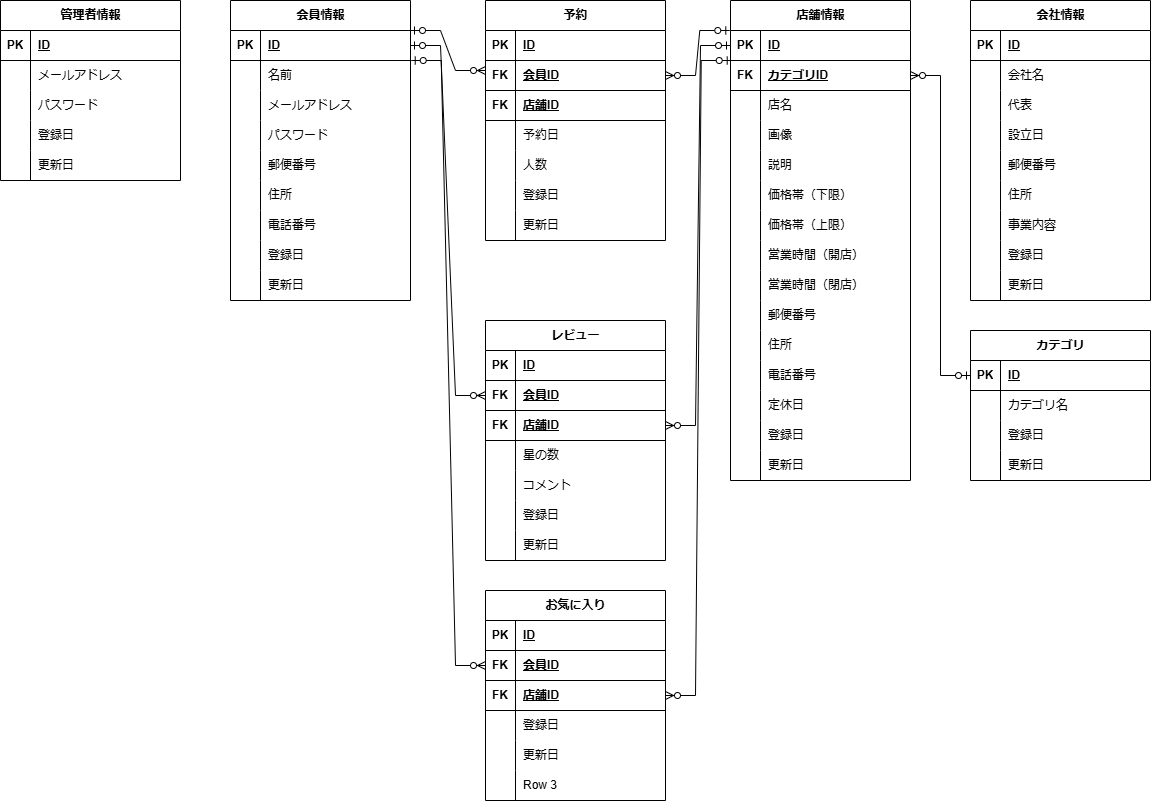
Before: NAGOYAMESHI ER図.drawio.png, a diagram exported from draw.io (ISSEI-dot/NAGOYAMESHI). Source tidied: cells renumbered, new cells last; positions are measured from the earlier drawing's top-left corner, leaving out a move shared by most shapes.
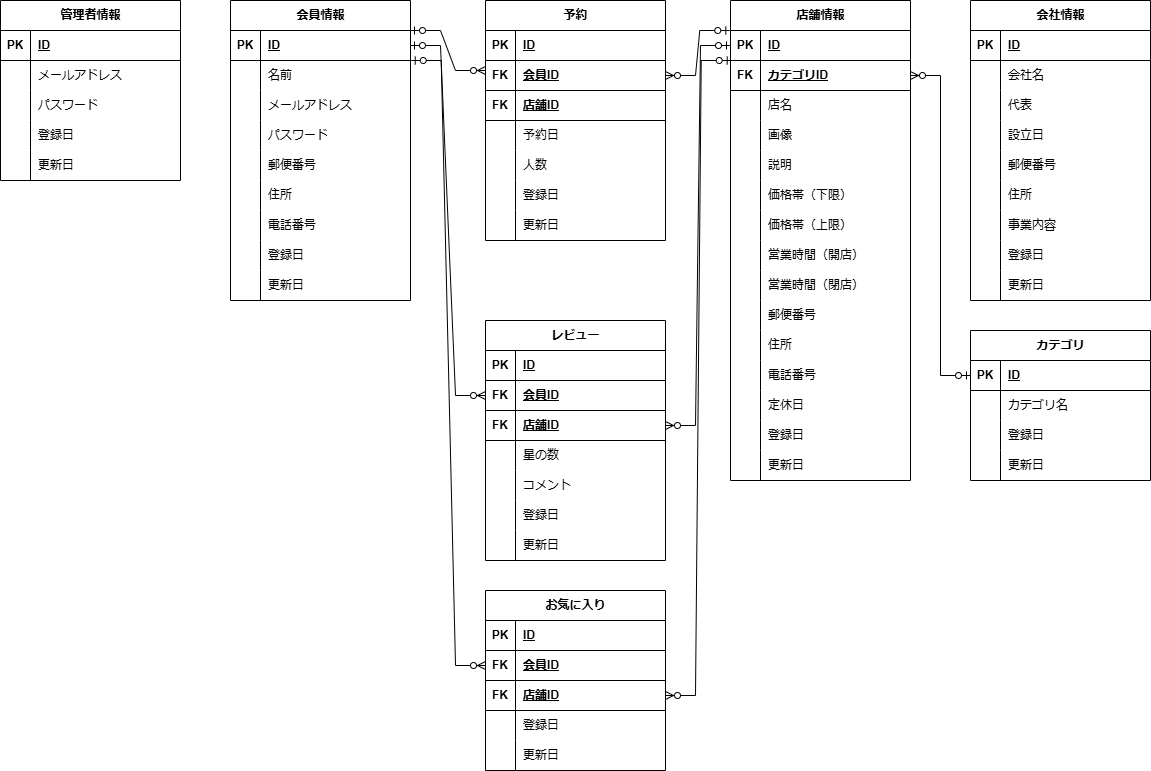
After the commit.

Commit message:
NAGOYAMESHI ER図.drawio.png を更新します

Change to the diagram source:
```diff
@@ -562,7 +562,7 @@
       </mxGeometry>
     </mxCell>
     <mxCell id="182" value="お気に入り" style="shape=table;startSize=30;rowLines=0;fontStyle=1;align=center;html=1;" parent="1" vertex="1">
-      <mxGeometry x="485" y="590" width="180" height="210" as="geometry" />
+      <mxGeometry x="485" y="590" width="180" height="180" as="geometry" />
     </mxCell>
     <mxCell id="183" style="shape=tableRow;horizontal=0;startSize=0;swimlaneHead=0;swimlaneBody=0;fillColor=none;top=0;left=0;right=0;bottom=1;" parent="182" vertex="1">
       <mxGeometry y="30" width="180" height="30" as="geometry" />
@@ -609,15 +609,6 @@
     <mxCell id="197" value="更新日" style="shape=partialRectangle;fillColor=none;top=0;left=0;bottom=0;right=0;align=left;spacingLeft=6;overflow=hidden;whiteSpace=wrap;html=1;" parent="195" vertex="1">
       <mxGeometry x="30" width="150" height="30" as="geometry" />
     </mxCell>
-    <mxCell id="198" style="shape=tableRow;horizontal=0;startSize=0;swimlaneHead=0;swimlaneBody=0;fillColor=none;top=0;left=0;right=0;bottom=0;" parent="182" vertex="1">
-      <mxGeometry y="180" width="180" height="30" as="geometry" />
-    </mxCell>
-    <mxCell id="199" style="shape=partialRectangle;fillColor=none;top=0;left=0;bottom=0;right=0;overflow=hidden;whiteSpace=wrap;html=1;" parent="198" vertex="1">
-      <mxGeometry width="30" height="30" as="geometry" />
-    </mxCell>
-    <mxCell id="200" value="Row 3" style="shape=partialRectangle;fillColor=none;top=0;left=0;bottom=0;right=0;align=left;spacingLeft=6;overflow=hidden;whiteSpace=wrap;html=1;" parent="198" vertex="1">
-      <mxGeometry x="30" width="150" height="30" as="geometry" />
-    </mxCell>
     <mxCell id="201" style="edgeStyle=entityRelationEdgeStyle;fontSize=12;html=1;endArrow=ERzeroToMany;startArrow=ERzeroToOne;rounded=0;entryX=0;entryY=0.5;entryDx=0;entryDy=0;exitX=1.004;exitY=1;exitDx=0;exitDy=0;exitPerimeter=0;" parent="1" edge="1" source="121" target="186">
       <mxGeometry relative="1" as="geometry">
         <Array as="points">
```
